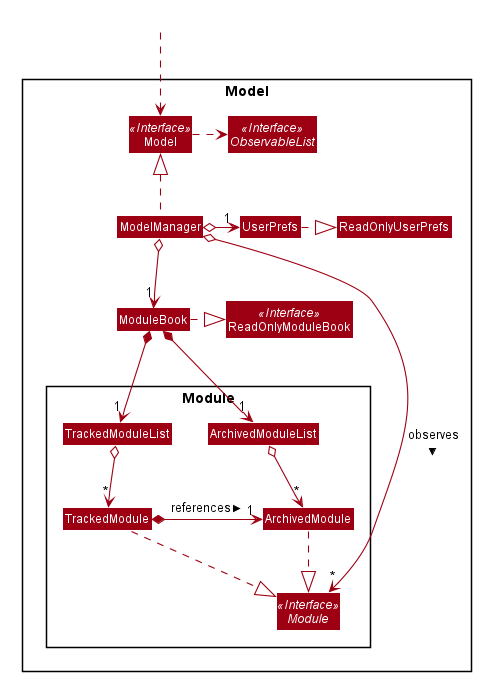
nus-cs2103-AY1920S1/addressbook-level3 keeps this PlantUML diagram as docs/images/ModelClassDiagram.png. Above is the earlier version.
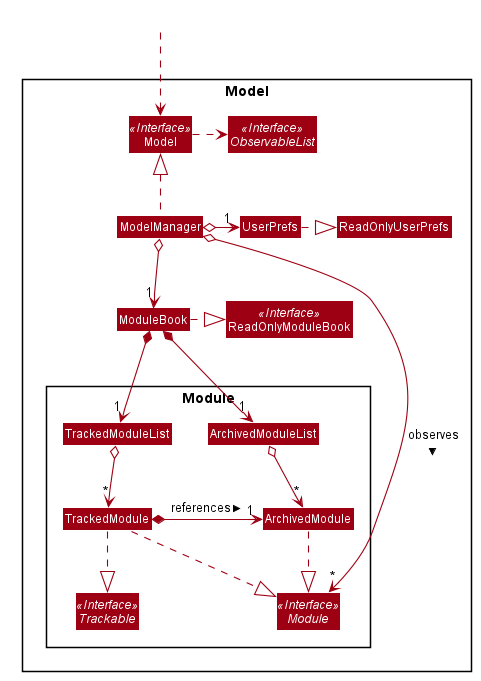
After the change.

What changed in the source:
```diff
@@ -12,6 +12,8 @@
 skinparam Shadowing false
 
 skinparam Class {
+    AttributeFontColor #FFFFFF
+    AttributeFontName Arial
     FontColor #FFFFFF
     BorderThickness 1
     BorderColor #FFFFFF
@@ -70,6 +72,7 @@
 Class TrackedModule
 Class TrackedModuleList
 Interface Module <<Interface>>
+Interface Trackable <<Interface>>
 }
 
 HiddenOutside ..> Model
@@ -87,6 +90,7 @@
 TrackedModuleList o-down-> "*" TrackedModule
 ArchivedModuleList o-down-> "*" ArchivedModule
 TrackedModule *-right-> "1" ArchivedModule : references >
+TrackedModule .down-|> Trackable
 TrackedModule .down.|> Module
 ArchivedModule .down.|> Module
 
```
